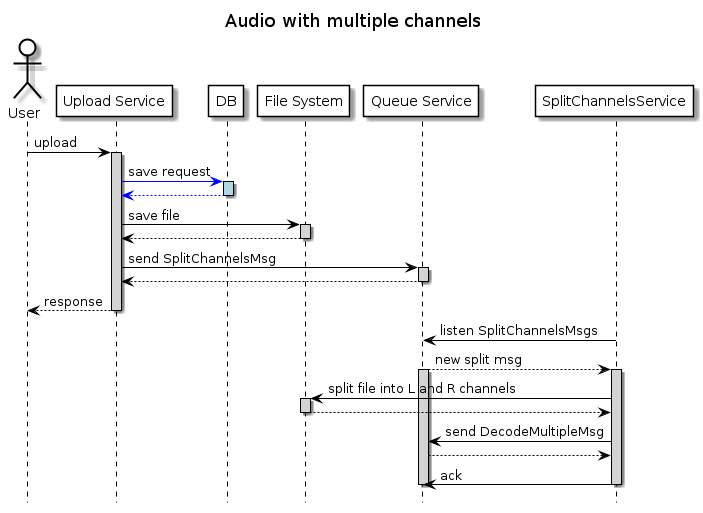
This is architecture/multiple.channels.png from airenas/list, a PlantUML export, as it was before one commit. The source it was exported from:
```plantuml
@startuml MultipleChannels

skinparam sequence {
ParticipantBorderColor Black
ActorBorderColor Black

ParticipantBackgroundColor White
ActorBackgroundColor White

ArrowColor black
LifeLineBorderColor black
LifeLineBackgroundColor lightgray

BoxBorderColor black
}
skinparam databaseBackgroundColor White
skinparam dataBaseBorderColor Blue

hide footbox
title Audio with multiple channels


actor User
participant "Upload Service" as upload
participant "DB" as db
participant "File System" as fs
participant "Queue Service" as queue
participant "SplitChannelsService" as ms

User -> upload: upload
activate upload

upload -[#blue]> db: save request
activate db #lightblue
db -[#blue]-> upload:
deactivate db

upload -> fs: save file
activate fs
fs --> upload:
deactivate fs

upload -> queue: send SplitChannelsMsg
activate queue
queue --> upload:
deactivate queue

upload --> User: response
deactivate upload

ms -> queue: listen SplitChannelsMsgs

queue --> ms: new split msg
activate queue

activate ms
ms -> fs: split file into L and R channels
activate fs
fs --> ms:
deactivate fs

ms -> queue: send DecodeMultipleMsg
queue --> ms

ms -> queue: ack
deactivate queue
deactivate ms

@enduml
```
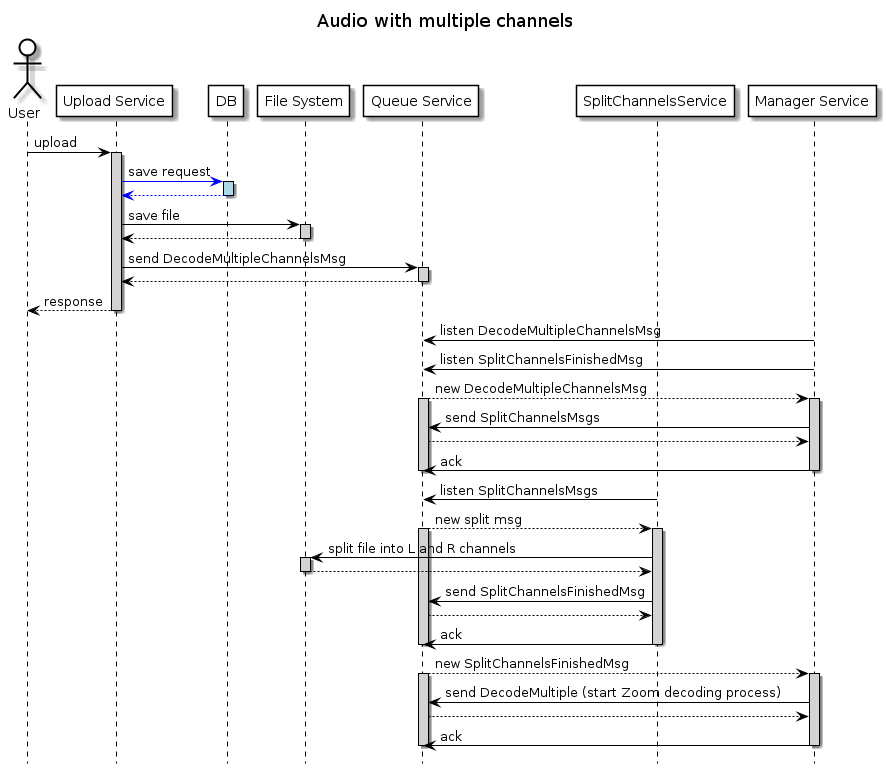
After the change.

Commit message:
Update multichannel decoding process

The edit, as a diff of the source:
```diff
@@ -26,6 +26,7 @@
 participant "File System" as fs
 participant "Queue Service" as queue
 participant "SplitChannelsService" as ms
+participant "Manager Service" as manager
 
 User -> upload: upload
 activate upload
@@ -40,13 +41,26 @@
 fs --> upload:
 deactivate fs
 
-upload -> queue: send SplitChannelsMsg
+upload -> queue: send DecodeMultipleChannelsMsg
 activate queue
 queue --> upload:
 deactivate queue
 
 upload --> User: response
 deactivate upload
+
+manager -> queue: listen DecodeMultipleChannelsMsg
+manager -> queue: listen SplitChannelsFinishedMsg
+
+queue --> manager: new DecodeMultipleChannelsMsg
+activate queue
+activate manager
+manager -> queue: send SplitChannelsMsgs
+queue --> manager:
+manager -> queue: ack
+deactivate manager
+deactivate queue
+
 
 ms -> queue: listen SplitChannelsMsgs
 
@@ -59,11 +73,20 @@
 fs --> ms:
 deactivate fs
 
-ms -> queue: send DecodeMultipleMsg
+ms -> queue: send SplitChannelsFinishedMsg
 queue --> ms
 
 ms -> queue: ack
 deactivate queue
 deactivate ms
 
+queue --> manager: new SplitChannelsFinishedMsg
+activate queue
+activate manager
+manager -> queue: send DecodeMultiple (start Zoom decoding process)
+queue --> manager:
+manager -> queue: ack
+deactivate manager
+deactivate queue
+
 @enduml
```
